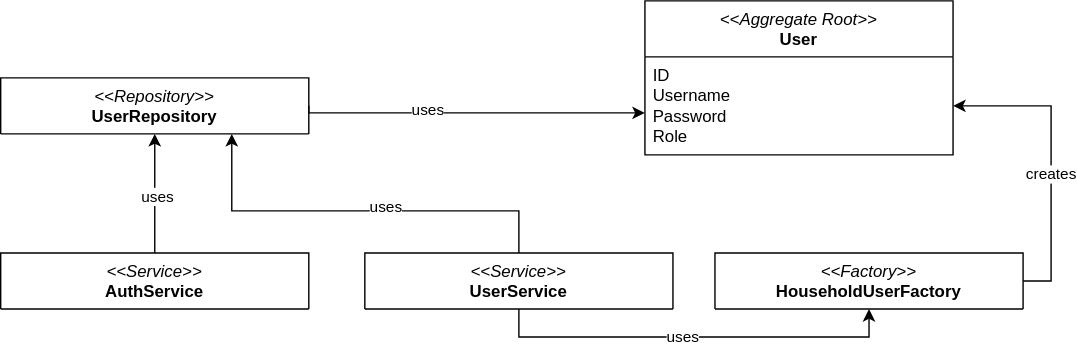
Earlier version of the draw.io export docs/report/img/uml/user-ddd.svg (EnergyConsumptionOptimizer/documentation). Source tidied: cells renumbered, new cells last; positions are measured from the earlier drawing's top-left corner, leaving out a move shared by most shapes.
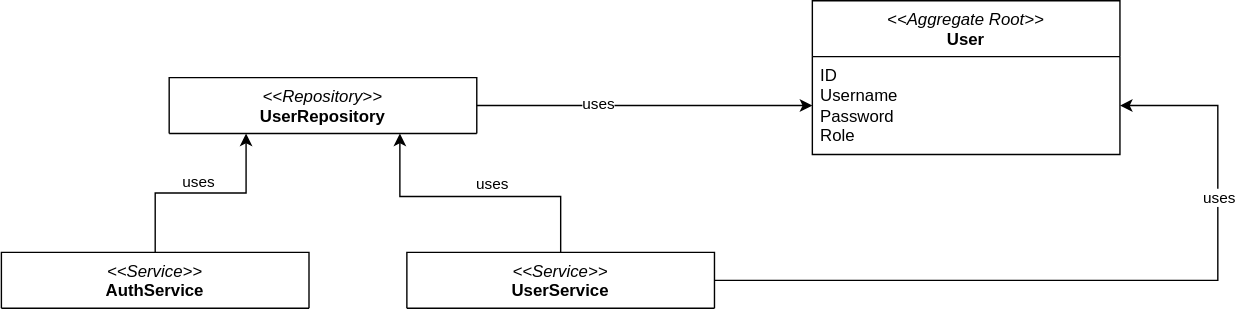
The same file after the commit.

What changed in the source:
```diff
@@ -3,63 +3,61 @@
     <mxCell id="0" />
     <mxCell id="1" parent="0" />
     <mxCell id="2" value="&lt;i&gt;&amp;lt;&amp;lt;Aggregate Root&amp;gt;&amp;gt;&lt;/i&gt;&lt;br&gt;&lt;b&gt;User&lt;/b&gt;" style="swimlane;fontStyle=0;align=center;verticalAlign=top;horizontal=1;startSize=40;html=1;whiteSpace=wrap;" parent="1" vertex="1">
-      <mxGeometry x="460" width="220" height="110" as="geometry" />
+      <mxGeometry x="1830" y="1670" width="220" height="110" as="geometry" />
     </mxCell>
     <mxCell id="3" value="&lt;div&gt;ID&lt;/div&gt;&lt;div&gt;Username&lt;/div&gt;&lt;div&gt;Password&lt;br&gt;Role&lt;/div&gt;" style="text;html=1;strokeColor=none;fillColor=none;align=left;verticalAlign=middle;spacingLeft=4;spacingRight=4;overflow=hidden;points=[[0,0.5],[1,0.5]];portConstraint=eastwest;whiteSpace=wrap;" parent="2" vertex="1">
       <mxGeometry y="40" width="220" height="70" as="geometry" />
     </mxCell>
-    <mxCell id="4" value="&lt;i&gt;&amp;lt;&amp;lt;Factory&amp;gt;&amp;gt;&lt;/i&gt;&lt;br&gt;&lt;b&gt;HouseholdUserFactory&lt;/b&gt;" style="swimlane;fontStyle=0;align=center;verticalAlign=top;horizontal=1;startSize=40;html=1;whiteSpace=wrap;" parent="1" vertex="1">
-      <mxGeometry x="510" y="180" width="220" height="40" as="geometry" />
-    </mxCell>
     <mxCell id="5" value="&lt;i&gt;&amp;lt;&amp;lt;Repository&amp;gt;&amp;gt;&lt;/i&gt;&lt;br&gt;&lt;b&gt;UserRepository&lt;/b&gt;" style="swimlane;fontStyle=0;align=center;verticalAlign=top;horizontal=1;startSize=40;html=1;whiteSpace=wrap;" parent="1" vertex="1">
-      <mxGeometry y="55" width="220" height="40" as="geometry" />
+      <mxGeometry x="1370" y="1725" width="220" height="40" as="geometry" />
     </mxCell>
-    <mxCell id="6" style="edgeStyle=orthogonalEdgeStyle;rounded=0;jettySize=auto;html=1;exitX=1;exitY=0.5;exitDx=0;exitDy=0;entryX=1;entryY=0.5;entryDx=0;entryDy=0;" parent="1" edge="1" source="4" target="3">
-      <mxGeometry relative="1" as="geometry" />
-    </mxCell>
-    <mxCell id="7" value="creates" style="edgeLabel;html=1;align=center;verticalAlign=middle;" parent="6" vertex="1">
-      <mxGeometry x="-0.1" relative="1" as="geometry" />
-    </mxCell>
-    <mxCell id="8" style="edgeStyle=orthogonalEdgeStyle;rounded=0;jettySize=auto;html=1;exitX=1;exitY=0.5;exitDx=0;exitDy=0;" parent="1" edge="1" source="5">
-      <mxGeometry relative="1" as="geometry">
-        <mxPoint x="460" y="80" as="targetPoint" />
-        <Array as="points">
-          <mxPoint x="220" y="80" />
-          <mxPoint x="460" y="80" />
-        </Array>
-      </mxGeometry>
-    </mxCell>
-    <mxCell id="9" value="uses" style="edgeLabel;html=1;align=center;verticalAlign=middle;" parent="8" vertex="1">
-      <mxGeometry x="-0.27" y="2" relative="1" as="geometry" />
-    </mxCell>
+    <mxCell id="18" style="edgeStyle=orthogonalEdgeStyle;rounded=0;jettySize=auto;html=1;exitX=1;exitY=0.5;exitDx=0;exitDy=0;entryX=1;entryY=0.5;entryDx=0;entryDy=0;" parent="1" edge="1" source="14" target="3">
+      <mxGeometry relative="1" as="geometry">
+        <Array as="points">
+          <mxPoint x="2120" y="1870" />
+          <mxPoint x="2120" y="1745" />
+        </Array>
+      </mxGeometry>
+    </mxCell>
+    <mxCell id="19" value="uses" style="edgeLabel;html=1;align=center;verticalAlign=middle;" parent="18" vertex="1">
+      <mxGeometry x="-0.1" relative="1" as="geometry">
+        <mxPoint x="111" y="-60" as="offset" />
+      </mxGeometry>
+    </mxCell>
+    <mxCell id="20" style="edgeStyle=orthogonalEdgeStyle;rounded=0;jettySize=auto;html=1;exitX=1;exitY=0.5;exitDx=0;exitDy=0;entryX=0;entryY=0.5;entryDx=0;entryDy=0;" parent="1" edge="1" target="3">
+      <mxGeometry relative="1" as="geometry">
+        <mxPoint x="1590" y="1745" as="sourcePoint" />
+      </mxGeometry>
+    </mxCell>
+    <mxCell id="21" value="uses" style="edgeLabel;html=1;align=center;verticalAlign=middle;" parent="20" vertex="1">
+      <mxGeometry x="-0.27" y="2" relative="1" as="geometry" />
+    </mxCell>
-    <mxCell id="10" style="edgeStyle=orthogonalEdgeStyle;rounded=0;jettySize=auto;html=1;entryX=0.75;entryY=1;entryDx=0;entryDy=0;" parent="1" edge="1" source="14" target="5">
+    <mxCell id="10" style="edgeStyle=orthogonalEdgeStyle;rounded=0;jettySize=auto;html=1;entryX=0.75;entryY=1;entryDx=0;entryDy=0;exitX=0.5;exitY=0;exitDx=0;exitDy=0;" parent="1" edge="1" source="14" target="5">
       <mxGeometry relative="1" as="geometry">
         <Array as="points">
-          <mxPoint x="370" y="150" />
-          <mxPoint x="165" y="150" />
+          <mxPoint x="1650" y="1810" />
+          <mxPoint x="1535" y="1810" />
         </Array>
       </mxGeometry>
     </mxCell>
-    <mxCell id="11" value="uses" style="edgeLabel;html=1;align=center;verticalAlign=middle;" parent="10" vertex="1">
-      <mxGeometry x="-0.14" y="-3" relative="1" as="geometry" />
-    </mxCell>
-    <mxCell id="12" style="edgeStyle=orthogonalEdgeStyle;rounded=0;jettySize=auto;html=1;entryX=0.5;entryY=1;entryDx=0;entryDy=0;exitX=0.5;exitY=1;exitDx=0;exitDy=0;" parent="1" edge="1" source="14" target="4">
-      <mxGeometry relative="1" as="geometry" />
-    </mxCell>
-    <mxCell id="13" value="uses" style="edgeLabel;html=1;align=center;verticalAlign=middle;" parent="12" vertex="1">
-      <mxGeometry x="-0.06" relative="1" as="geometry" />
-    </mxCell>
+    <mxCell id="22" value="uses" style="edgeLabel;html=1;align=center;verticalAlign=middle;" parent="10" vertex="1">
+      <mxGeometry x="-0.14" y="-3" relative="1" as="geometry">
+        <mxPoint x="-4" y="-7" as="offset" />
+      </mxGeometry>
+    </mxCell>
     <mxCell id="14" value="&lt;i&gt;&amp;lt;&amp;lt;Service&amp;gt;&amp;gt;&lt;/i&gt;&lt;br&gt;&lt;b&gt;UserService&lt;/b&gt;" style="swimlane;fontStyle=0;align=center;verticalAlign=top;horizontal=1;startSize=40;html=1;whiteSpace=wrap;" parent="1" vertex="1">
-      <mxGeometry x="260" y="180" width="220" height="40" as="geometry" />
+      <mxGeometry x="1540" y="1850" width="220" height="40" as="geometry" />
     </mxCell>
-    <mxCell id="15" style="edgeStyle=orthogonalEdgeStyle;rounded=0;jettySize=auto;html=1;entryX=0.5;entryY=1;entryDx=0;entryDy=0;" parent="1" edge="1" source="17" target="5">
+    <mxCell id="15" style="edgeStyle=orthogonalEdgeStyle;rounded=0;jettySize=auto;html=1;entryX=0.25;entryY=1;entryDx=0;entryDy=0;" parent="1" edge="1" source="17" target="5">
       <mxGeometry relative="1" as="geometry" />
     </mxCell>
-    <mxCell id="16" value="uses" style="edgeLabel;html=1;align=center;verticalAlign=middle;" parent="15" vertex="1">
-      <mxGeometry x="-0.03" y="-2" relative="1" as="geometry" />
-    </mxCell>
+    <mxCell id="23" value="uses" style="edgeLabel;html=1;align=center;verticalAlign=middle;" parent="15" vertex="1">
+      <mxGeometry x="-0.03" y="-2" relative="1" as="geometry">
+        <mxPoint y="-10" as="offset" />
+      </mxGeometry>
+    </mxCell>
     <mxCell id="17" value="&lt;i&gt;&amp;lt;&amp;lt;Service&amp;gt;&amp;gt;&lt;/i&gt;&lt;br&gt;&lt;b&gt;AuthService&lt;/b&gt;" style="swimlane;fontStyle=0;align=center;verticalAlign=top;horizontal=1;startSize=40;html=1;whiteSpace=wrap;" parent="1" vertex="1">
-      <mxGeometry y="180" width="220" height="40" as="geometry" />
+      <mxGeometry x="1250" y="1850" width="220" height="40" as="geometry" />
     </mxCell>
   </root>
 </mxGraphModel>
```
